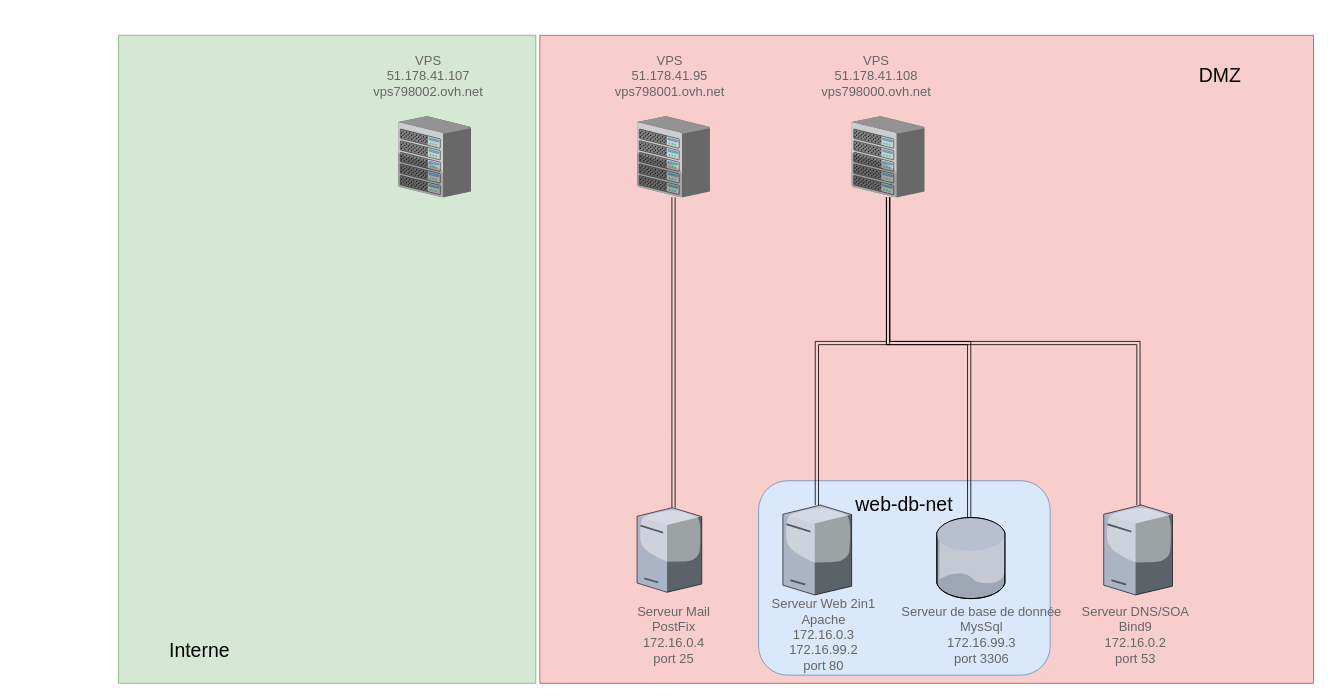
This is documents/SchémaPhysique.drawio from Frodon001/2tl2AdminGr9, a draw.io file, before an edit. Source tidied: cells renumbered, new cells numbered last; positions are measured from the earlier drawing's top-left corner, leaving out a move shared by most shapes. Both pictures are drawn from the tidied source at 81%, with x=0, y=0 at pixel (118, 35).
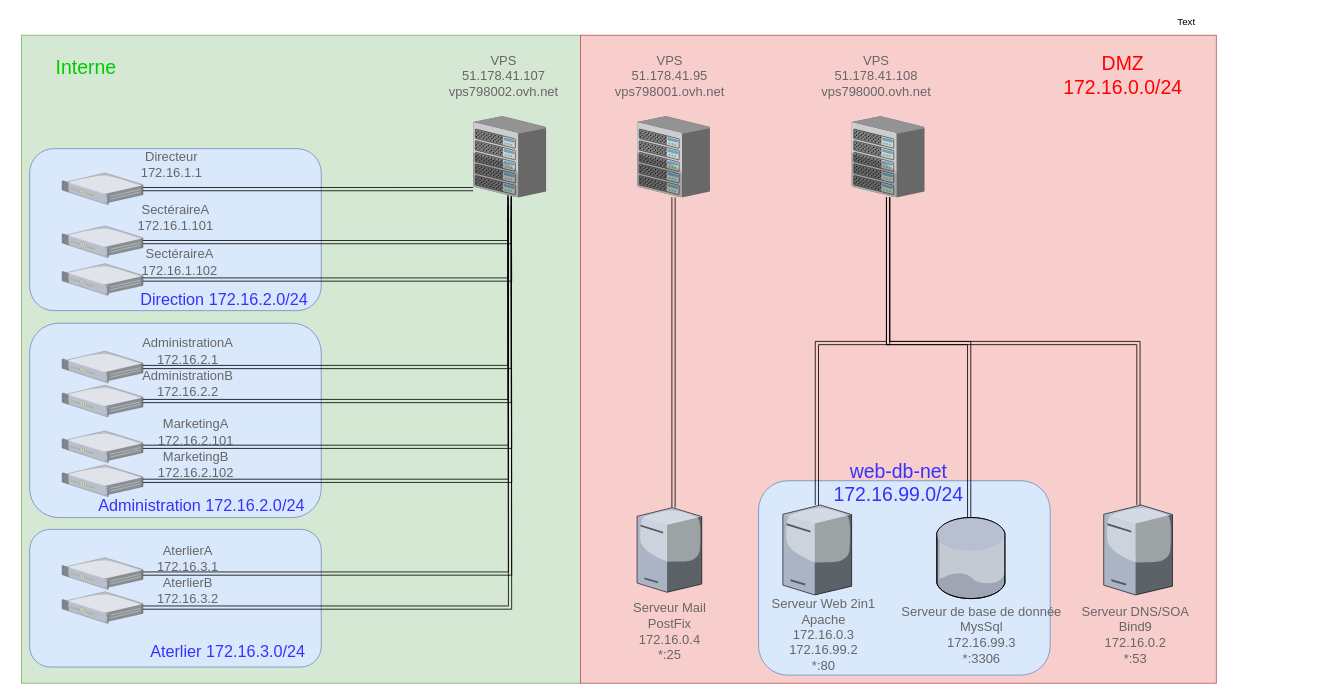
Above is the later version.

Commit message (it also covers changes not shown here):
réseau interne

The edit, as a diff of the source:
```diff
@@
     <mxCell id="2" style="rounded=1;whiteSpace=wrap;html=1;arcSize=0;fillColor=#d5e8d4;strokeColor=#82b366;" parent="1" vertex="1">
-      <mxGeometry width="515" height="800" as="geometry" />
+      <mxGeometry x="-119.9" width="690" height="800" as="geometry" />
     </mxCell>
     <mxCell id="3" style="rounded=1;whiteSpace=wrap;html=1;arcSize=0;fillColor=#f8cecc;strokeColor=#b85450;" parent="1" vertex="1">
-      <mxGeometry x="520" width="955" height="800" as="geometry" />
+      <mxGeometry x="570.1" width="785" height="800" as="geometry" />
     </mxCell>
@@
-    <mxCell id="7" value="&lt;font style=&quot;font-size: 16px&quot; color=&quot;#666666&quot;&gt;Serveur DNS/SOA&lt;br style=&quot;font-size: 16px&quot;&gt;Bind9&lt;br&gt;&lt;/font&gt;&lt;span style=&quot;color: rgb(102 , 102 , 102)&quot;&gt;172.16.0.2&lt;/span&gt;&lt;font style=&quot;font-size: 16px&quot; color=&quot;#666666&quot;&gt;&lt;br style=&quot;font-size: 16px&quot;&gt;port 53&lt;br style=&quot;font-size: 16px&quot;&gt;&lt;/font&gt;" style="text;html=1;align=center;verticalAlign=middle;fontSize=16;" parent="1" vertex="1">
+    <mxCell id="7" value="&lt;font style=&quot;font-size: 16px&quot; color=&quot;#666666&quot;&gt;Serveur DNS/SOA&lt;br style=&quot;font-size: 16px&quot;&gt;Bind9&lt;br&gt;&lt;/font&gt;&lt;span style=&quot;color: rgb(102 , 102 , 102)&quot;&gt;172.16.0.2&lt;/span&gt;&lt;font style=&quot;font-size: 16px&quot; color=&quot;#666666&quot;&gt;&lt;br style=&quot;font-size: 16px&quot;&gt;*:53&lt;br style=&quot;font-size: 16px&quot;&gt;&lt;/font&gt;" style="text;html=1;align=center;verticalAlign=middle;fontSize=16;" parent="1" vertex="1">
       <mxGeometry x="1180.1" y="700" width="150" height="80" as="geometry" />
     </mxCell>
-    <mxCell id="8" style="verticalLabelPosition=bottom;html=1;verticalAlign=top;strokeColor=#6881B3;align=center;outlineConnect=0;shape=mxgraph.citrix.chassis;fontFamily=Helvetica;fontSize=16;fontColor=#0066CC;strokeWidth=2;fillColor=#CCCCCC;" parent="1" vertex="1">
-      <mxGeometry x="345" y="100" width="90" height="100" as="geometry" />
-    </mxCell>
@@
     <mxCell id="11" value="&lt;font color=&quot;#666666&quot;&gt;VPS&lt;br&gt;51.178.41.107&lt;br&gt;vps798002.ovh.net&lt;br&gt;&lt;/font&gt;" style="text;html=1;align=center;verticalAlign=middle;fontSize=16;" parent="1" vertex="1">
-      <mxGeometry x="307.4" y="20" width="150" height="60" as="geometry" />
+      <mxGeometry x="400.1" y="20" width="150" height="60" as="geometry" />
     </mxCell>
@@
-    <mxCell id="15" value="&lt;font style=&quot;font-size: 16px&quot; color=&quot;#666666&quot;&gt;Serveur Mail&lt;br&gt;PostFix&lt;br&gt;172.16.0.4&lt;br style=&quot;font-size: 16px&quot;&gt;port 25&lt;br style=&quot;font-size: 16px&quot;&gt;&lt;/font&gt;" style="text;html=1;align=center;verticalAlign=middle;fontSize=16;" parent="1" vertex="1">
-      <mxGeometry x="630" y="700" width="110" height="80" as="geometry" />
+    <mxCell id="15" value="&lt;font style=&quot;font-size: 16px&quot; color=&quot;#666666&quot;&gt;Serveur Mail&lt;br&gt;PostFix&lt;br&gt;172.16.0.4&lt;br style=&quot;font-size: 16px&quot;&gt;*:25&lt;br style=&quot;font-size: 16px&quot;&gt;&lt;/font&gt;" style="text;html=1;align=center;verticalAlign=middle;fontSize=16;" parent="1" vertex="1">
+      <mxGeometry x="625" y="695.5" width="110" height="80" as="geometry" />
     </mxCell>
-    <mxCell id="16" value="&lt;font style=&quot;font-size: 24px&quot;&gt;Interne&lt;/font&gt;" style="text;html=1;strokeColor=none;fillColor=none;align=center;verticalAlign=middle;whiteSpace=wrap;rounded=0;" parent="1" vertex="1">
-      <mxGeometry x="10" y="730" width="180" height="60" as="geometry" />
+    <mxCell id="16" value="&lt;font style=&quot;font-size: 24px&quot;&gt;Interne&lt;/font&gt;" style="text;html=1;strokeColor=none;fillColor=none;align=center;verticalAlign=middle;whiteSpace=wrap;rounded=0;fontColor=#00CC00;" parent="1" vertex="1">
+      <mxGeometry x="-129.9" y="10" width="180" height="60" as="geometry" />
     </mxCell>
-    <mxCell id="17" value="&lt;font style=&quot;font-size: 24px&quot;&gt;DMZ&lt;/font&gt;" style="text;html=1;strokeColor=none;fillColor=none;align=center;verticalAlign=middle;whiteSpace=wrap;rounded=0;" parent="1" vertex="1">
-      <mxGeometry x="1270" y="20" width="180" height="60" as="geometry" />
+    <mxCell id="17" value="&lt;font style=&quot;font-size: 24px&quot;&gt;DMZ&lt;br&gt;172.16.0.0/24&lt;br&gt;&lt;/font&gt;" style="text;html=1;strokeColor=none;fillColor=none;align=center;verticalAlign=middle;whiteSpace=wrap;rounded=0;fontColor=#FF0000;" parent="1" vertex="1">
+      <mxGeometry x="1150.1" y="20" width="180" height="60" as="geometry" />
     </mxCell>
@@
-    <mxCell id="19" value="&lt;font style=&quot;font-size: 16px&quot; color=&quot;#666666&quot;&gt;Serveur Web 2in1&lt;br style=&quot;font-size: 16px&quot;&gt;Apache&lt;br&gt;&lt;/font&gt;&lt;span style=&quot;color: rgb(102 , 102 , 102)&quot;&gt;172.16.0.3&lt;br&gt;&lt;/span&gt;&lt;span style=&quot;color: rgb(102 , 102 , 102)&quot;&gt;172.16.99.2&lt;/span&gt;&lt;font style=&quot;font-size: 16px&quot; color=&quot;#666666&quot;&gt;&lt;br style=&quot;font-size: 16px&quot;&gt;port 80&lt;br style=&quot;font-size: 16px&quot;&gt;&lt;/font&gt;" style="text;html=1;align=center;verticalAlign=middle;fontSize=16;" parent="1" vertex="1">
+    <mxCell id="19" value="&lt;font style=&quot;font-size: 16px&quot; color=&quot;#666666&quot;&gt;Serveur Web 2in1&lt;br style=&quot;font-size: 16px&quot;&gt;Apache&lt;br&gt;&lt;/font&gt;&lt;span style=&quot;color: rgb(102 , 102 , 102)&quot;&gt;172.16.0.3&lt;br&gt;&lt;/span&gt;&lt;span style=&quot;color: rgb(102 , 102 , 102)&quot;&gt;172.16.99.2&lt;/span&gt;&lt;font style=&quot;font-size: 16px&quot; color=&quot;#666666&quot;&gt;&lt;br style=&quot;font-size: 16px&quot;&gt;*:80&lt;br style=&quot;font-size: 16px&quot;&gt;&lt;/font&gt;" style="text;html=1;align=center;verticalAlign=middle;fontSize=16;" parent="1" vertex="1">
       <mxGeometry x="800" y="690" width="140" height="100" as="geometry" />
     </mxCell>
@@
-    <mxCell id="21" value="&lt;font style=&quot;font-size: 16px&quot; color=&quot;#666666&quot;&gt;Serveur de base de donnée&lt;br style=&quot;font-size: 16px&quot;&gt;MysSql&lt;br&gt;&lt;/font&gt;&lt;span style=&quot;color: rgb(102 , 102 , 102)&quot;&gt;172.16.99.3&lt;/span&gt;&lt;font style=&quot;font-size: 16px&quot; color=&quot;#666666&quot;&gt;&lt;br style=&quot;font-size: 16px&quot;&gt;port 3306&lt;br style=&quot;font-size: 16px&quot;&gt;&lt;/font&gt;" style="text;html=1;align=center;verticalAlign=middle;fontSize=16;" parent="1" vertex="1">
+    <mxCell id="21" value="&lt;font style=&quot;font-size: 16px&quot; color=&quot;#666666&quot;&gt;Serveur de base de donnée&lt;br style=&quot;font-size: 16px&quot;&gt;MysSql&lt;br&gt;&lt;/font&gt;&lt;span style=&quot;color: rgb(102 , 102 , 102)&quot;&gt;172.16.99.3&lt;/span&gt;&lt;font style=&quot;font-size: 16px&quot; color=&quot;#666666&quot;&gt;&lt;br style=&quot;font-size: 16px&quot;&gt;*:3306&lt;br style=&quot;font-size: 16px&quot;&gt;&lt;/font&gt;" style="text;html=1;align=center;verticalAlign=middle;fontSize=16;" parent="1" vertex="1">
       <mxGeometry x="960" y="700" width="210" height="80" as="geometry" />
     </mxCell>
@@
-    <mxCell id="25" value="&lt;font style=&quot;font-size: 24px&quot;&gt;web-db-net&lt;/font&gt;" style="text;html=1;strokeColor=none;fillColor=none;align=center;verticalAlign=middle;whiteSpace=wrap;rounded=0;" parent="1" vertex="1">
-      <mxGeometry x="880" y="550" width="180" height="60" as="geometry" />
+    <mxCell id="25" value="&lt;font style=&quot;font-size: 24px&quot;&gt;web-db-net&lt;br&gt;172.16.99.0/24&lt;br&gt;&lt;/font&gt;" style="text;html=1;strokeColor=none;fillColor=none;align=center;verticalAlign=middle;whiteSpace=wrap;rounded=0;fontColor=#3333FF;" parent="1" vertex="1">
+      <mxGeometry x="872.6" y="523.2" width="180" height="60" as="geometry" />
     </mxCell>
+    <mxCell id="26" style="rounded=1;whiteSpace=wrap;html=1;fillColor=#dae8fc;strokeColor=#6c8ebf;" parent="1" vertex="1">
+      <mxGeometry x="-109.9" y="355.5" width="360" height="240" as="geometry" />
+    </mxCell>
+    <mxCell id="27" style="verticalLabelPosition=bottom;html=1;verticalAlign=top;strokeColor=none;align=center;outlineConnect=0;shape=mxgraph.citrix.1u_2u_server;" parent="1" vertex="1">
+      <mxGeometry x="-69.9" y="530.5" width="100" height="39.1" as="geometry" />
+    </mxCell>
+    <mxCell id="28" style="verticalLabelPosition=bottom;html=1;verticalAlign=top;strokeColor=none;align=center;outlineConnect=0;shape=mxgraph.citrix.1u_2u_server;" parent="1" vertex="1">
+      <mxGeometry x="-69.9" y="488.5" width="100" height="39.1" as="geometry" />
+    </mxCell>
+    <mxCell id="29" style="verticalLabelPosition=bottom;html=1;verticalAlign=top;strokeColor=none;align=center;outlineConnect=0;shape=mxgraph.citrix.1u_2u_server;" parent="1" vertex="1">
+      <mxGeometry x="-69.9" y="432" width="100" height="39.1" as="geometry" />
+    </mxCell>
+    <mxCell id="30" style="verticalLabelPosition=bottom;html=1;verticalAlign=top;strokeColor=none;align=center;outlineConnect=0;shape=mxgraph.citrix.1u_2u_server;" parent="1" vertex="1">
+      <mxGeometry x="-69.9" y="390" width="100" height="39.1" as="geometry" />
+    </mxCell>
+    <mxCell id="31" style="rounded=1;whiteSpace=wrap;html=1;fillColor=#dae8fc;strokeColor=#6c8ebf;" parent="1" vertex="1">
+      <mxGeometry x="-109.9" y="140" width="360" height="200" as="geometry" />
+    </mxCell>
+    <mxCell id="32" style="verticalLabelPosition=bottom;html=1;verticalAlign=top;strokeColor=none;align=center;outlineConnect=0;shape=mxgraph.citrix.1u_2u_server;" parent="1" vertex="1">
+      <mxGeometry x="-69.9" y="282" width="100" height="39.1" as="geometry" />
+    </mxCell>
+    <mxCell id="33" style="verticalLabelPosition=bottom;html=1;verticalAlign=top;strokeColor=none;align=center;outlineConnect=0;shape=mxgraph.citrix.1u_2u_server;" parent="1" vertex="1">
+      <mxGeometry x="-69.9" y="235.4" width="100" height="39.1" as="geometry" />
+    </mxCell>
+    <mxCell id="34" style="verticalLabelPosition=bottom;html=1;verticalAlign=top;strokeColor=none;align=center;outlineConnect=0;shape=mxgraph.citrix.1u_2u_server;" parent="1" vertex="1">
+      <mxGeometry x="-69.9" y="170" width="100" height="39.1" as="geometry" />
+    </mxCell>
+    <mxCell id="35" style="rounded=1;whiteSpace=wrap;html=1;fillColor=#dae8fc;strokeColor=#6c8ebf;" parent="1" vertex="1">
+      <mxGeometry x="-109.9" y="610" width="360" height="170" as="geometry" />
+    </mxCell>
+    <mxCell id="36" style="verticalLabelPosition=bottom;html=1;verticalAlign=top;strokeColor=none;align=center;outlineConnect=0;shape=mxgraph.citrix.1u_2u_server;" parent="1" vertex="1">
+      <mxGeometry x="-69.9" y="687" width="100" height="39.1" as="geometry" />
+    </mxCell>
+    <mxCell id="37" style="verticalLabelPosition=bottom;html=1;verticalAlign=top;strokeColor=none;align=center;outlineConnect=0;shape=mxgraph.citrix.1u_2u_server;" parent="1" vertex="1">
+      <mxGeometry x="-69.9" y="645" width="100" height="39.1" as="geometry" />
+    </mxCell>
+    <mxCell id="38" value="Text" style="text;html=1;align=center;verticalAlign=middle;" parent="1" vertex="1">
+      <mxGeometry x="1298.1" y="-26" width="40" height="20" as="geometry" />
+    </mxCell>
+    <mxCell id="39" style="edgeStyle=orthogonalEdgeStyle;rounded=0;jettySize=auto;html=1;shape=link;" parent="1" edge="1" target="34">
+      <mxGeometry relative="1" as="geometry">
+        <mxPoint x="437.7" y="190" as="sourcePoint" />
+        <Array as="points">
+          <mxPoint x="340.1" y="190" />
+          <mxPoint x="340.1" y="190" />
+        </Array>
+      </mxGeometry>
+    </mxCell>
+    <mxCell id="40" style="edgeStyle=orthogonalEdgeStyle;rounded=0;jettySize=auto;html=1;shape=link;" parent="1" edge="1" target="33">
+      <mxGeometry relative="1" as="geometry">
+        <mxPoint x="482.7" y="185.4" as="sourcePoint" />
+        <Array as="points">
+          <mxPoint x="483.1" y="255.4" />
+        </Array>
+      </mxGeometry>
+    </mxCell>
+    <mxCell id="41" style="edgeStyle=orthogonalEdgeStyle;rounded=0;jettySize=auto;html=1;shape=link;" parent="1" edge="1" source="27">
+      <mxGeometry relative="1" as="geometry">
+        <mxPoint x="482.7" y="210.4" as="targetPoint" />
+      </mxGeometry>
+    </mxCell>
+    <mxCell id="42" style="edgeStyle=orthogonalEdgeStyle;rounded=0;jettySize=auto;html=1;shape=link;" parent="1" edge="1" source="28">
+      <mxGeometry relative="1" as="geometry">
+        <mxPoint x="482.7" y="210.4" as="targetPoint" />
+      </mxGeometry>
+    </mxCell>
+    <mxCell id="43" style="edgeStyle=orthogonalEdgeStyle;rounded=0;jettySize=auto;html=1;shape=link;" parent="1" edge="1" source="29" target="8">
+      <mxGeometry relative="1" as="geometry" />
+    </mxCell>
+    <mxCell id="44" style="edgeStyle=orthogonalEdgeStyle;rounded=0;jettySize=auto;html=1;shape=link;" parent="1" edge="1" source="30" target="8">
+      <mxGeometry relative="1" as="geometry" />
+    </mxCell>
+    <mxCell id="45" style="edgeStyle=orthogonalEdgeStyle;rounded=0;jettySize=auto;html=1;shape=link;" parent="1" edge="1" source="32">
+      <mxGeometry relative="1" as="geometry">
+        <mxPoint x="482.7" y="190" as="targetPoint" />
+      </mxGeometry>
+    </mxCell>
+    <mxCell id="46" style="edgeStyle=orthogonalEdgeStyle;rounded=0;jettySize=auto;html=1;shape=link;" parent="1" edge="1" source="36">
+      <mxGeometry relative="1" as="geometry">
+        <mxPoint x="482.7" y="224.9" as="targetPoint" />
+      </mxGeometry>
+    </mxCell>
+    <mxCell id="47" style="edgeStyle=orthogonalEdgeStyle;rounded=0;jettySize=auto;html=1;shape=link;" parent="1" edge="1" source="37">
+      <mxGeometry relative="1" as="geometry">
+        <mxPoint x="482.7" y="224.9" as="targetPoint" />
+      </mxGeometry>
+    </mxCell>
+    <mxCell id="48" value="&lt;font style=&quot;font-size: 16px&quot; color=&quot;#666666&quot;&gt;Directeur&lt;br&gt;172.16.1.1&lt;br style=&quot;font-size: 16px&quot;&gt;&lt;/font&gt;" style="text;html=1;align=center;verticalAlign=middle;fontSize=16;" parent="1" vertex="1">
+      <mxGeometry x="20.1" y="140" width="90" height="40" as="geometry" />
+    </mxCell>
+    <mxCell id="49" value="&lt;font style=&quot;font-size: 16px&quot; color=&quot;#666666&quot;&gt;SectéraireA&lt;br&gt;172.16.1.101&lt;br style=&quot;font-size: 16px&quot;&gt;&lt;/font&gt;" style="text;html=1;align=center;verticalAlign=middle;fontSize=16;" parent="1" vertex="1">
+      <mxGeometry x="15.1" y="205.4" width="110" height="40" as="geometry" />
+    </mxCell>
+    <mxCell id="50" value="&lt;font style=&quot;font-size: 16px&quot; color=&quot;#666666&quot;&gt;SectéraireA&lt;br&gt;172.16.1.102&lt;br style=&quot;font-size: 16px&quot;&gt;&lt;/font&gt;" style="text;html=1;align=center;verticalAlign=middle;fontSize=16;" parent="1" vertex="1">
+      <mxGeometry x="20.1" y="260" width="110" height="40" as="geometry" />
+    </mxCell>
+    <mxCell id="51" value="&lt;font style=&quot;font-size: 16px&quot; color=&quot;#666666&quot;&gt;AdministrationA&lt;br&gt;172.16.2.1&lt;br style=&quot;font-size: 16px&quot;&gt;&lt;/font&gt;" style="text;html=1;align=center;verticalAlign=middle;fontSize=16;" parent="1" vertex="1">
+      <mxGeometry x="20.1" y="370" width="130" height="40" as="geometry" />
+    </mxCell>
+    <mxCell id="52" value="&lt;font style=&quot;font-size: 16px&quot; color=&quot;#666666&quot;&gt;AdministrationB&lt;br&gt;172.16.2.2&lt;br style=&quot;font-size: 16px&quot;&gt;&lt;/font&gt;" style="text;html=1;align=center;verticalAlign=middle;fontSize=16;" parent="1" vertex="1">
+      <mxGeometry x="20.1" y="410" width="130" height="40" as="geometry" />
+    </mxCell>
+    <mxCell id="53" value="&lt;font style=&quot;font-size: 16px&quot; color=&quot;#666666&quot;&gt;MarketingA&lt;br&gt;172.16.2.101&lt;br style=&quot;font-size: 16px&quot;&gt;&lt;/font&gt;" style="text;html=1;align=center;verticalAlign=middle;fontSize=16;" parent="1" vertex="1">
+      <mxGeometry x="40.1" y="470" width="110" height="40" as="geometry" />
+    </mxCell>
+    <mxCell id="54" value="&lt;font style=&quot;font-size: 16px&quot; color=&quot;#666666&quot;&gt;MarketingB&lt;br&gt;172.16.2.102&lt;br style=&quot;font-size: 16px&quot;&gt;&lt;/font&gt;" style="text;html=1;align=center;verticalAlign=middle;fontSize=16;" parent="1" vertex="1">
+      <mxGeometry x="40.1" y="510" width="110" height="40" as="geometry" />
+    </mxCell>
+    <mxCell id="55" value="&lt;font style=&quot;font-size: 16px&quot; color=&quot;#666666&quot;&gt;AterlierA&lt;br&gt;172.16.3.1&lt;br style=&quot;font-size: 16px&quot;&gt;&lt;/font&gt;" style="text;html=1;align=center;verticalAlign=middle;fontSize=16;" parent="1" vertex="1">
+      <mxGeometry x="40.1" y="625.5" width="90" height="40" as="geometry" />
+    </mxCell>
+    <mxCell id="56" value="&lt;font style=&quot;font-size: 16px&quot; color=&quot;#666666&quot;&gt;AterlierB&lt;br&gt;172.16.3.2&lt;br style=&quot;font-size: 16px&quot;&gt;&lt;/font&gt;" style="text;html=1;align=center;verticalAlign=middle;fontSize=16;" parent="1" vertex="1">
+      <mxGeometry x="40.1" y="665.5" width="90" height="40" as="geometry" />
+    </mxCell>
+    <mxCell id="57" value="&lt;font style=&quot;font-size: 20px&quot;&gt;Aterlier 172.16.3.0/24&lt;/font&gt;" style="text;html=1;strokeColor=none;fillColor=none;align=center;verticalAlign=middle;whiteSpace=wrap;rounded=0;fontColor=#3333FF;" parent="1" vertex="1">
+      <mxGeometry x="20.1" y="730" width="230" height="60" as="geometry" />
+    </mxCell>
+    <mxCell id="58" value="&lt;font style=&quot;font-size: 20px&quot;&gt;Administration 172.16.2.0/24&lt;/font&gt;" style="text;html=1;strokeColor=none;fillColor=none;align=center;verticalAlign=middle;whiteSpace=wrap;rounded=0;fontColor=#3333FF;" parent="1" vertex="1">
+      <mxGeometry x="-39.9" y="550" width="285" height="60" as="geometry" />
+    </mxCell>
+    <mxCell id="59" value="&lt;font style=&quot;font-size: 20px&quot;&gt;Direction 172.16.2.0/24&lt;/font&gt;" style="text;html=1;strokeColor=none;fillColor=none;align=center;verticalAlign=middle;whiteSpace=wrap;rounded=0;fontColor=#3333FF;" parent="1" vertex="1">
+      <mxGeometry x="-12.4" y="295.5" width="285" height="60" as="geometry" />
+    </mxCell>
+    <mxCell id="8" style="verticalLabelPosition=bottom;html=1;verticalAlign=top;strokeColor=#6881B3;align=center;outlineConnect=0;shape=mxgraph.citrix.chassis;fontFamily=Helvetica;fontSize=16;fontColor=#0066CC;strokeWidth=2;fillColor=#CCCCCC;" parent="1" vertex="1">
+      <mxGeometry x="437.7" y="100" width="90" height="100" as="geometry" />
+    </mxCell>
```
